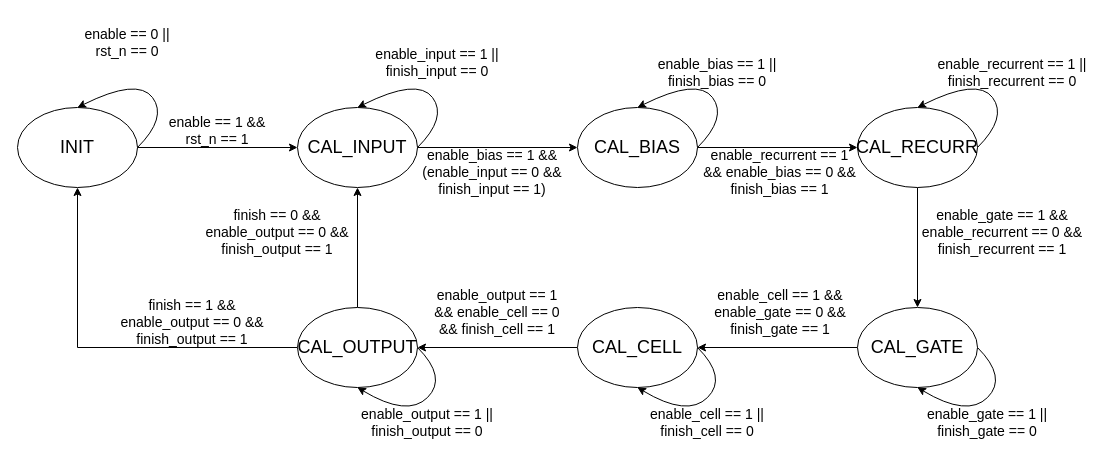
Before: page "LSTM unit state machine" (6 of 7) of doc/LSTMAccelerator.drawio in newfrogg/LSTMAccelerator, a draw.io diagram. Source tidied: cells renumbered, new cells numbered last; positions are measured from the earlier drawing's top-left corner, leaving out a move shared by most shapes. Both pictures are drawn from the tidied source at 100%, with x=0, y=0 at pixel (17, 17).
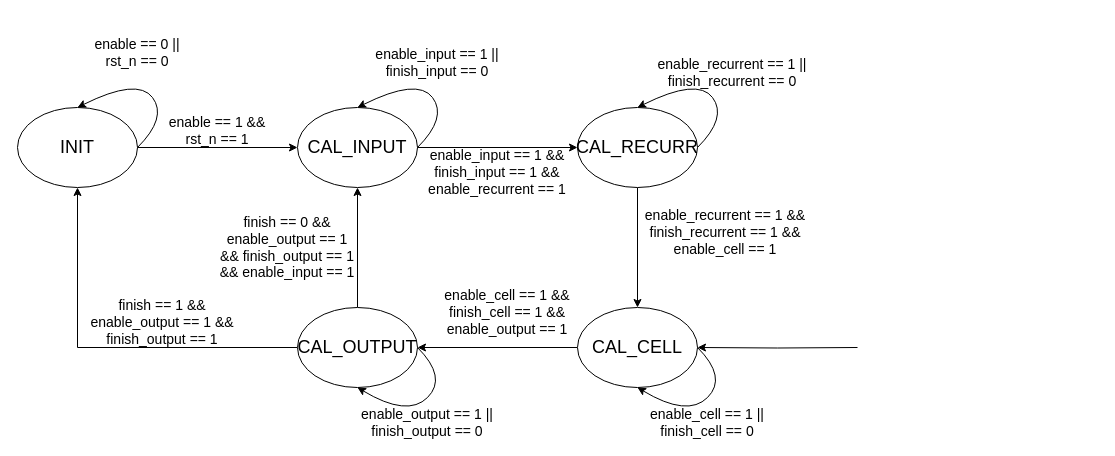
Above is the later version.

Commit message:
update lstm unit state machine

The change refers to these unchanged cells:
```xml
<mxCell id="5" value="&lt;font style=&quot;font-size: 18px;&quot;&gt;CAL_INPUT&lt;/font&gt;" style="ellipse;whiteSpace=wrap;html=1;" parent="1" vertex="1">
  <mxGeometry x="280" y="90" width="120" height="80" as="geometry" />
</mxCell>
<mxCell id="13" value="&lt;font style=&quot;font-size: 18px;&quot;&gt;CAL_CELL&lt;/font&gt;" style="ellipse;whiteSpace=wrap;html=1;" parent="1" vertex="1">
  <mxGeometry x="560" y="290" width="120" height="80" as="geometry" />
</mxCell>
```

The edit, as a diff of the source:
```diff
@@
-    <mxCell id="4" style="edgeStyle=orthogonalEdgeStyle;rounded=0;jettySize=auto;html=1;" parent="1" edge="1" source="5" target="7">
-      <mxGeometry relative="1" as="geometry" />
-    </mxCell>
+    <mxCell id="39" style="edgeStyle=orthogonalEdgeStyle;rounded=0;jettySize=auto;html=1;entryX=0;entryY=0.5;entryDx=0;entryDy=0;" parent="1" edge="1" source="5" target="9">
+      <mxGeometry relative="1" as="geometry" />
+    </mxCell>
@@
-    <mxCell id="6" style="edgeStyle=orthogonalEdgeStyle;rounded=0;jettySize=auto;html=1;entryX=0;entryY=0.5;entryDx=0;entryDy=0;" parent="1" edge="1" source="7" target="9">
-      <mxGeometry relative="1" as="geometry" />
-    </mxCell>
-    <mxCell id="7" value="&lt;font style=&quot;font-size: 18px;&quot;&gt;CAL_BIAS&lt;/font&gt;" style="ellipse;whiteSpace=wrap;html=1;" parent="1" vertex="1">
-      <mxGeometry x="560" y="90" width="120" height="80" as="geometry" />
-    </mxCell>
-    <mxCell id="8" style="edgeStyle=orthogonalEdgeStyle;rounded=0;jettySize=auto;html=1;entryX=0.5;entryY=0;entryDx=0;entryDy=0;" parent="1" edge="1" source="9" target="11">
-      <mxGeometry relative="1" as="geometry" />
-    </mxCell>
+    <mxCell id="40" style="edgeStyle=orthogonalEdgeStyle;rounded=0;jettySize=auto;html=1;entryX=0.5;entryY=0;entryDx=0;entryDy=0;" parent="1" edge="1" source="9" target="13">
+      <mxGeometry relative="1" as="geometry" />
+    </mxCell>
     <mxCell id="9" value="&lt;font style=&quot;font-size: 18px;&quot;&gt;CAL_RECURR&lt;/font&gt;" style="ellipse;whiteSpace=wrap;html=1;" parent="1" vertex="1">
-      <mxGeometry x="840" y="90" width="120" height="80" as="geometry" />
+      <mxGeometry x="560" y="90" width="120" height="80" as="geometry" />
     </mxCell>
-    <mxCell id="10" style="edgeStyle=orthogonalEdgeStyle;rounded=0;jettySize=auto;html=1;entryX=1;entryY=0.5;entryDx=0;entryDy=0;" parent="1" edge="1" source="11" target="13">
-      <mxGeometry relative="1" as="geometry" />
+    <mxCell id="10" style="edgeStyle=orthogonalEdgeStyle;rounded=0;jettySize=auto;html=1;entryX=1;entryY=0.5;entryDx=0;entryDy=0;" parent="1" edge="1" target="13">
+      <mxGeometry relative="1" as="geometry">
+        <mxPoint x="840" y="330" as="sourcePoint" />
+      </mxGeometry>
     </mxCell>
-    <mxCell id="11" value="&lt;font style=&quot;font-size: 18px;&quot;&gt;CAL_GATE&lt;/font&gt;" style="ellipse;whiteSpace=wrap;html=1;" parent="1" vertex="1">
-      <mxGeometry x="840" y="290" width="120" height="80" as="geometry" />
-    </mxCell>
@@
     <mxCell id="18" value="&lt;font style=&quot;font-size: 14px;&quot;&gt;enable == 0 || rst_n == 0&lt;/font&gt;" style="text;html=1;align=center;verticalAlign=middle;whiteSpace=wrap;rounded=0;" parent="1" vertex="1">
-      <mxGeometry x="60" width="100" height="50" as="geometry" />
+      <mxGeometry x="70" y="10" width="100" height="50" as="geometry" />
     </mxCell>
@@
-    <mxCell id="22" value="&lt;font style=&quot;font-size: 14px;&quot;&gt;enable_bias == 1 &amp;amp;&amp;amp; (enable_input == 0 &amp;amp;&amp;amp; finish_input == 1)&lt;/font&gt;" style="text;html=1;align=center;verticalAlign=middle;whiteSpace=wrap;rounded=0;" parent="1" vertex="1">
-      <mxGeometry x="400" y="140" width="150" height="30" as="geometry" />
-    </mxCell>
-    <mxCell id="23" style="curved=1;endArrow=classic;html=1;rounded=0;entryX=0.5;entryY=0;entryDx=0;entryDy=0;" parent="1" edge="1">
-      <mxGeometry relative="1" as="geometry">
-        <mxPoint x="680" y="130" as="sourcePoint" />
-        <mxPoint x="620" y="90" as="targetPoint" />
-        <Array as="points">
-          <mxPoint x="710" y="100" />
-          <mxPoint x="680" y="60" />
-        </Array>
-      </mxGeometry>
-    </mxCell>
-    <mxCell id="24" value="&lt;font style=&quot;font-size: 14px;&quot;&gt;enable_bias == 1 || finish_bias == 0&lt;/font&gt;" style="text;html=1;align=center;verticalAlign=middle;whiteSpace=wrap;rounded=0;" parent="1" vertex="1">
-      <mxGeometry x="630" y="40" width="140" height="30" as="geometry" />
-    </mxCell>
-    <mxCell id="25" value="&lt;font style=&quot;font-size: 14px;&quot;&gt;enable_recurrent == 1 &amp;amp;&amp;amp; enable_bias == 0 &amp;amp;&amp;amp; finish_bias == 1&lt;/font&gt;" style="text;html=1;align=center;verticalAlign=middle;whiteSpace=wrap;rounded=0;" parent="1" vertex="1">
-      <mxGeometry x="685" y="140" width="155" height="30" as="geometry" />
-    </mxCell>
     <mxCell id="26" style="curved=1;endArrow=classic;html=1;rounded=0;entryX=0.5;entryY=0;entryDx=0;entryDy=0;" parent="1" edge="1">
       <mxGeometry relative="1" as="geometry">
-        <mxPoint x="960" y="130" as="sourcePoint" />
-        <mxPoint x="900" y="90" as="targetPoint" />
+        <mxPoint x="680" y="130" as="sourcePoint" />
+        <mxPoint x="620" y="90" as="targetPoint" />
         <Array as="points">
-          <mxPoint x="990" y="100" />
-          <mxPoint x="960" y="60" />
+          <mxPoint x="710" y="100" />
+          <mxPoint x="680" y="60" />
         </Array>
       </mxGeometry>
     </mxCell>
     <mxCell id="27" value="&lt;font style=&quot;font-size: 14px;&quot;&gt;enable_recurrent == 1 || finish_recurrent == 0&lt;/font&gt;" style="text;html=1;align=center;verticalAlign=middle;whiteSpace=wrap;rounded=0;" parent="1" vertex="1">
-      <mxGeometry x="910" y="40" width="170" height="30" as="geometry" />
+      <mxGeometry x="630" y="40" width="170" height="30" as="geometry" />
     </mxCell>
-    <mxCell id="28" value="&lt;font style=&quot;font-size: 14px;&quot;&gt;enable_gate == 1 &amp;amp;&amp;amp; enable_recurrent == 0 &amp;amp;&amp;amp; finish_recurrent == 1&lt;/font&gt;" style="text;html=1;align=center;verticalAlign=middle;whiteSpace=wrap;rounded=0;" parent="1" vertex="1">
-      <mxGeometry x="900" y="190" width="170" height="50" as="geometry" />
-    </mxCell>
-    <mxCell id="29" style="curved=1;endArrow=classic;html=1;rounded=0;entryX=0.5;entryY=1;entryDx=0;entryDy=0;" parent="1" edge="1" target="11">
-      <mxGeometry relative="1" as="geometry">
-        <mxPoint x="960" y="330" as="sourcePoint" />
-        <Array as="points">
-          <mxPoint x="990" y="360" />
-          <mxPoint x="950" y="400" />
-        </Array>
-      </mxGeometry>
-    </mxCell>
-    <mxCell id="30" value="&lt;font style=&quot;font-size: 14px;&quot;&gt;enable_gate == 1 || finish_gate == 0&lt;/font&gt;" style="text;html=1;align=center;verticalAlign=middle;whiteSpace=wrap;rounded=0;" parent="1" vertex="1">
-      <mxGeometry x="900" y="390" width="140" height="30" as="geometry" />
-    </mxCell>
-    <mxCell id="31" value="&lt;font style=&quot;font-size: 14px;&quot;&gt;enable_cell == 1 &amp;amp;&amp;amp; enable_gate == 0 &amp;amp;&amp;amp; finish_gate == 1&lt;/font&gt;" style="text;html=1;align=center;verticalAlign=middle;whiteSpace=wrap;rounded=0;" parent="1" vertex="1">
-      <mxGeometry x="692.5" y="280" width="140" height="30" as="geometry" />
+    <mxCell id="31" value="&lt;font style=&quot;font-size: 14px;&quot;&gt;enable_recurrent == 1 &amp;amp;&amp;amp; finish_recurrent == 1 &amp;amp;&amp;amp; enable_cell == 1&lt;/font&gt;" style="text;html=1;align=center;verticalAlign=middle;whiteSpace=wrap;rounded=0;" parent="1" vertex="1">
+      <mxGeometry x="622.5" y="185" width="170" height="60" as="geometry" />
     </mxCell>
@@
-    <mxCell id="34" value="&lt;font style=&quot;font-size: 14px;&quot;&gt;enable_output == 1 &amp;amp;&amp;amp; enable_cell == 0 &amp;amp;&amp;amp; finish_cell == 1&lt;/font&gt;" style="text;html=1;align=center;verticalAlign=middle;whiteSpace=wrap;rounded=0;" parent="1" vertex="1">
-      <mxGeometry x="410" y="270" width="140" height="50" as="geometry" />
+    <mxCell id="34" value="&lt;font style=&quot;font-size: 14px;&quot;&gt;enable_cell == 1 &amp;amp;&amp;amp; finish_cell == 1 &amp;amp;&amp;amp; enable_output == 1&lt;/font&gt;" style="text;html=1;align=center;verticalAlign=middle;whiteSpace=wrap;rounded=0;" parent="1" vertex="1">
+      <mxGeometry x="420" y="270" width="140" height="50" as="geometry" />
     </mxCell>
@@
-    <mxCell id="37" value="&lt;font style=&quot;font-size: 14px;&quot;&gt;finish == 0 &amp;amp;&amp;amp; enable_output == 0 &amp;amp;&amp;amp; finish_output == 1&lt;/font&gt;" style="text;html=1;align=center;verticalAlign=middle;whiteSpace=wrap;rounded=0;" parent="1" vertex="1">
-      <mxGeometry x="180" y="190" width="160" height="50" as="geometry" />
+    <mxCell id="37" value="&lt;font style=&quot;font-size: 14px;&quot;&gt;finish == 0 &amp;amp;&amp;amp; enable_output == 1 &amp;amp;&amp;amp; finish_output == 1 &amp;amp;&amp;amp; enable_input == 1&lt;/font&gt;" style="text;html=1;align=center;verticalAlign=middle;whiteSpace=wrap;rounded=0;" parent="1" vertex="1">
+      <mxGeometry x="200" y="200" width="140" height="60" as="geometry" />
     </mxCell>
-    <mxCell id="38" value="&lt;font style=&quot;font-size: 14px;&quot;&gt;finish == 1 &amp;amp;&amp;amp; enable_output == 0 &amp;amp;&amp;amp; finish_output == 1&lt;/font&gt;" style="text;html=1;align=center;verticalAlign=middle;whiteSpace=wrap;rounded=0;" parent="1" vertex="1">
-      <mxGeometry x="100" y="280" width="150" height="50" as="geometry" />
+    <mxCell id="38" value="&lt;font style=&quot;font-size: 14px;&quot;&gt;finish == 1 &amp;amp;&amp;amp; enable_output == 1 &amp;amp;&amp;amp; finish_output == 1&lt;/font&gt;" style="text;html=1;align=center;verticalAlign=middle;whiteSpace=wrap;rounded=0;" parent="1" vertex="1">
+      <mxGeometry x="70" y="280" width="150" height="50" as="geometry" />
     </mxCell>
+    <mxCell id="41" value="&lt;font style=&quot;font-size: 14px;&quot;&gt;enable_input == 1 &amp;amp;&amp;amp; finish_input == 1 &amp;amp;&amp;amp; enable_recurrent == 1&lt;/font&gt;" style="text;html=1;align=center;verticalAlign=middle;whiteSpace=wrap;rounded=0;" parent="1" vertex="1">
+      <mxGeometry x="410" y="130" width="140" height="50" as="geometry" />
+    </mxCell>
```
